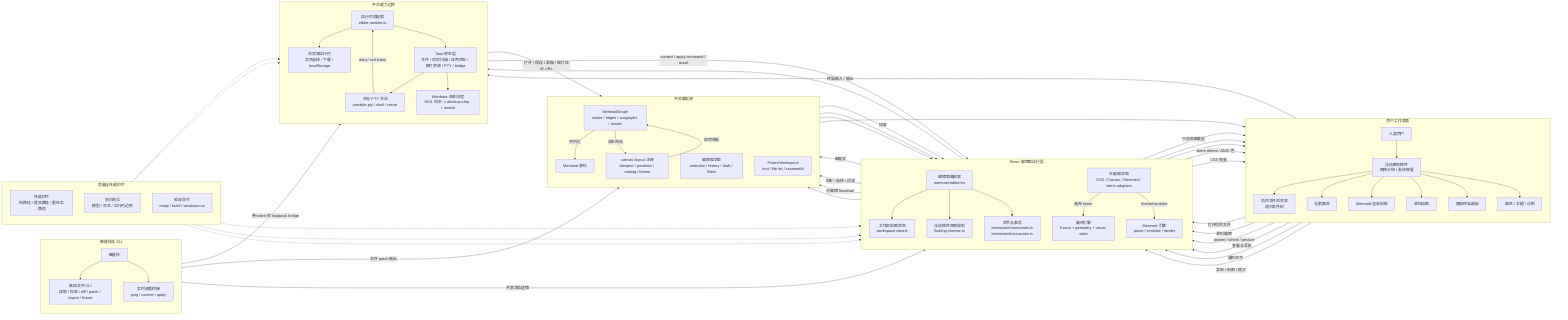
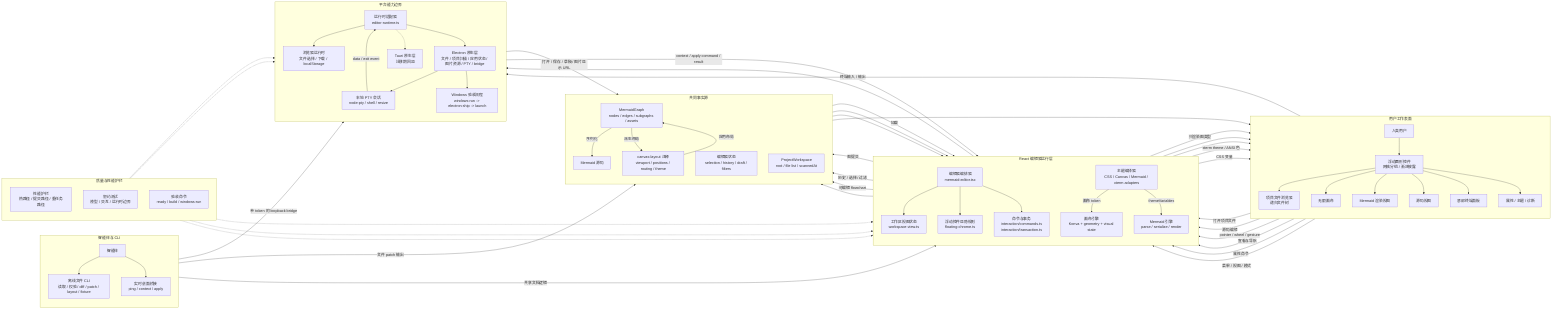
%% Mermaid 画布编辑器系统总览
%% 这是顶层紧凑地图；专题细节放在同目录下的其他中文文档。
flowchart LR
  subgraph UserSurfaces[用户工作表面]
    direction TB
    Human["人类用户"]
    FloatingChrome["浮动圆形控件<br/>网格分组 / 渐进披露"]
    ProjectBrowser["项目文件浏览器<br/>递归文件树"]
    CanvasView["无限画布"]
    RenderView["Mermaid 渲染视图"]
    SourceView["源码视图"]
    TerminalView["底部终端面板"]
    Inspector["属性 / 主题 / 诊断"]
  end

  subgraph EditorRuntime[React 编辑器运行层]
    direction TB
    Orchestrator["编辑器编排器<br/>mermaid-editor.tsx"]
    WorkspaceView["工作区视图状态<br/>workspace-view.ts"]
    FloatingRules["浮动控件显隐规则<br/>floating-chrome.ts"]
    CommandTx["命令与事务<br/>interaction/commands.ts<br/>interaction/transaction.ts"]
    CanvasEngine["画布引擎<br/>Konva + geometry + visual state"]
    MermaidEngine["Mermaid 引擎<br/>parse / serialize / render"]
    ThemeCompiler["主题编译器<br/>CSS / Canvas / Mermaid / xterm adapters"]
  end

  subgraph Truth[共同事实源]
    direction TB
    MermaidSource["Mermaid 源码"]
    LayoutComment["canvas-layout 注释<br/>viewport / positions / routing / theme"]
    GraphModel["MermaidGraph<br/>nodes / edges / subgraphs / assets"]
    EditorState["编辑器状态<br/>selection / history / draft / filters"]
    ProjectWorkspace["ProjectWorkspace<br/>root / file list / scannedAt"]
  end

  subgraph PlatformBoundary[平台能力边界]
    direction TB
    RuntimeAdapter["运行时适配器<br/>editor-runtime.ts"]
    BrowserRuntime["浏览器运行时<br/>文件选择 / 下载 / localStorage"]
-     TauriNative["Tauri 原生层<br/>文件 / 项目扫描 / 应用状态 / 图片资源 / PTY / bridge"]
-     PtySession["本地 PTY 会话<br/>portable-pty / shell / resize"]
-     WindowsFlow["Windows 验收流程<br/>WSL 同步 -> desktop:ship -> launch"]
+     ElectronNative["Electron 原生层<br/>文件 / 项目扫描 / 应用状态 / 图片资源 / PTY / bridge"]
+     TauriNative["Tauri 原生层<br/>迁移期回退"]
+     PtySession["本地 PTY 会话<br/>node-pty / shell / resize"]
+     WindowsFlow["Windows 验收流程<br/>windows:run -> electron:ship -> launch"]
  end

  subgraph AiCli[智能体与 CLI]
    direction TB
    OfflineCli["离线文件 CLI<br/>读取 / 校验 / diff / patch / layout / fixture"]
    LiveBridge["实时桌面桥接<br/>ping / context / apply"]
    Agent["智能体"]
  end

  subgraph QualityRails[质量与性能护栏]
    direction TB
    Performance["性能护栏<br/>热路径 / 提交路径 / 重任务路径"]
    Contracts["契约测试<br/>模型 / 交互 / 运行时边界"]
    ReleaseChecks["验收命令<br/>ready / build / windows:run"]
  end

  Human --> FloatingChrome
  FloatingChrome --> ProjectBrowser
  FloatingChrome --> CanvasView
  FloatingChrome --> RenderView
  FloatingChrome --> SourceView
  FloatingChrome --> TerminalView
  FloatingChrome --> Inspector

  ProjectBrowser -->|打开项目文件| Orchestrator
  SourceView -->|源码编辑| Orchestrator
  CanvasView -->|pointer / wheel / gesture| CanvasEngine
  RenderView -->|查看与导航| Orchestrator
  TerminalView -->|终端输入 / 输出| RuntimeAdapter
  Inspector -->|属性命令| Orchestrator
  FloatingChrome -->|菜单 / 视图 / 模式| Orchestrator

  Orchestrator --> WorkspaceView
  Orchestrator --> FloatingRules
  Orchestrator --> CommandTx
  CommandTx -->|图提交| GraphModel
  CommandTx -->|历史 / 选择 / 过滤| EditorState

  MermaidSource -->|加载| MermaidEngine
  MermaidEngine -->|可编辑 flowchart| GraphModel
  MermaidEngine -->|只渲染图类型| RenderView
  GraphModel -->|序列化| MermaidSource
  LayoutComment -->|应用布局| GraphModel
  GraphModel -->|派生布局| LayoutComment

  GraphModel --> CanvasEngine
  CanvasEngine --> CanvasView
  MermaidSource --> MermaidEngine
  MermaidEngine --> RenderView
  MermaidSource --> SourceView
  ThemeCompiler -->|CSS 变量| UserSurfaces
  ThemeCompiler -->|画布 token| CanvasEngine
  ThemeCompiler -->|themeVariables| MermaidEngine
  ThemeCompiler -->|xterm theme / ANSI 色| TerminalView

  Orchestrator --> RuntimeAdapter
  Orchestrator --> ProjectWorkspace
  RuntimeAdapter --> BrowserRuntime
-   RuntimeAdapter --> TauriNative
-   TauriNative --> PtySession
+   RuntimeAdapter --> ElectronNative
+   ElectronNative --> PtySession
+   RuntimeAdapter -.-> TauriNative
  PtySession -->|data / exit event| RuntimeAdapter
-   TauriNative --> WindowsFlow
+   ElectronNative --> WindowsFlow
  RuntimeAdapter -->|打开 / 保存 / 草稿 / 图片显示 URL| Truth

  OfflineCli -->|共享文档逻辑| MermaidEngine
  OfflineCli -->|文件 patch 输出| MermaidSource
  Agent --> OfflineCli
  Agent --> LiveBridge
-   LiveBridge -->|带 token 的 loopback bridge| TauriNative
-   TauriNative -->|context / apply command / result| Orchestrator
+   LiveBridge -->|带 token 的 loopback bridge| ElectronNative
+   ElectronNative -->|context / apply command / result| Orchestrator

  Performance -.-> CanvasEngine
  Performance -.-> CommandTx
  Contracts -.-> MermaidEngine
  Contracts -.-> RuntimeAdapter
  ReleaseChecks -.-> PlatformBoundary
